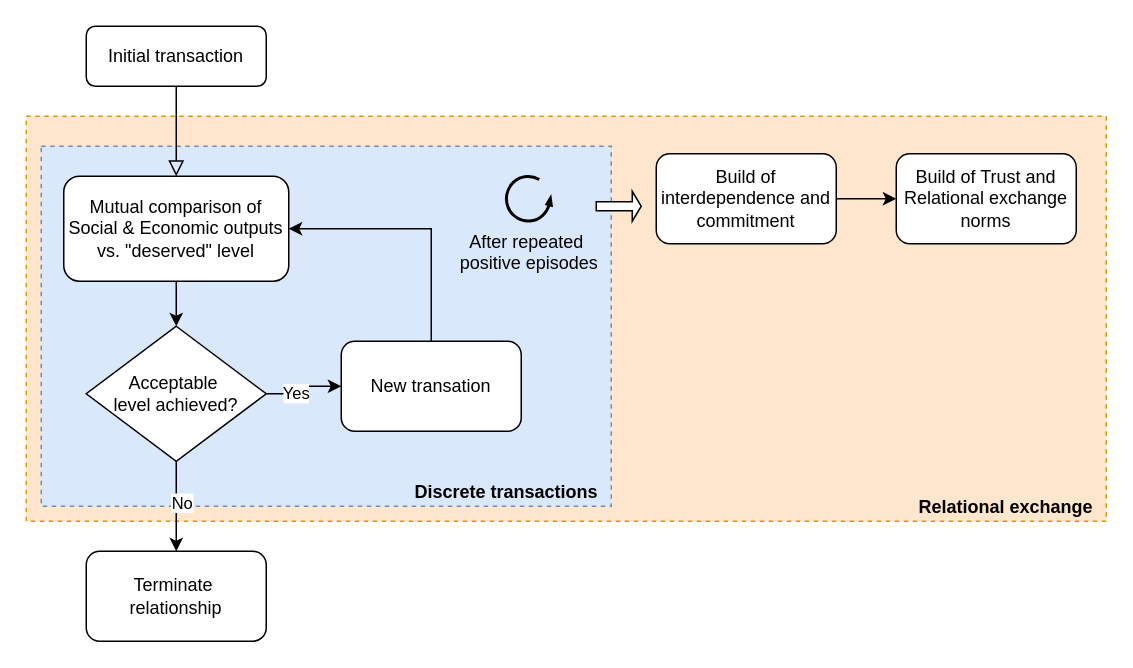
jcaballe1/hello-world keeps this draw.io diagram as set_5_3_1.drawio. Above is the earlier version. Source tidied: cells renumbered, new cells numbered last; positions are measured from the earlier drawing's top-left corner, leaving out a move shared by most shapes. Both pictures are drawn from the tidied source at 150%, with x=0, y=0 at pixel (26, 26).
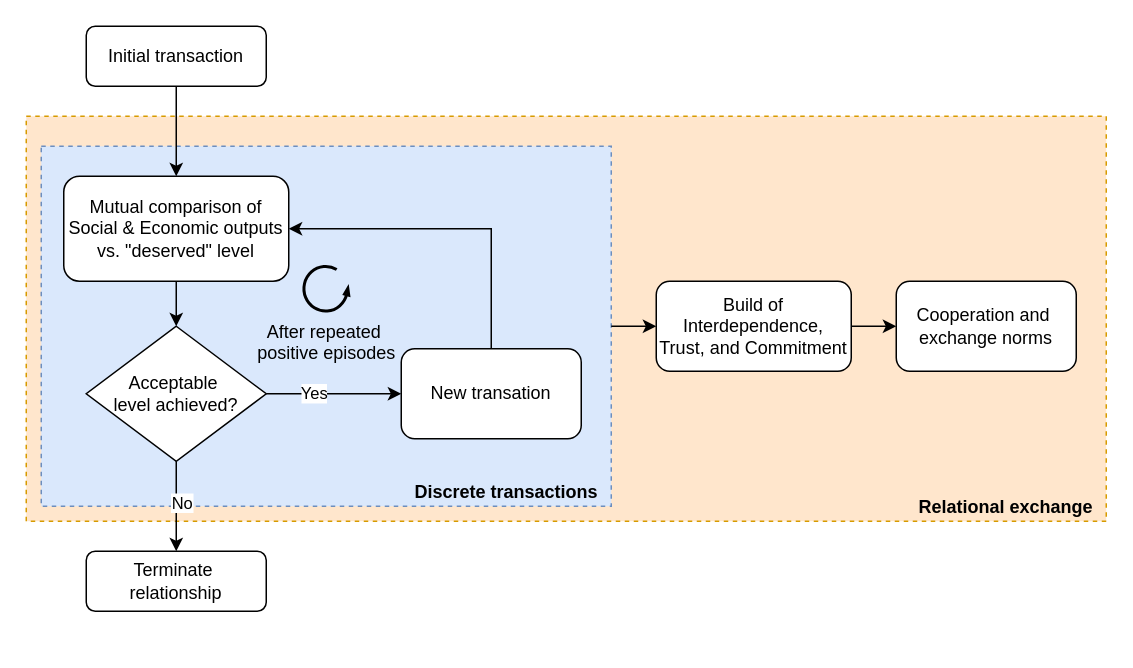
After the change.

The change refers to these unchanged cells:
```xml
<mxCell id="3" value="Discrete transactions&amp;nbsp;&amp;nbsp;" style="rounded=0;whiteSpace=wrap;html=1;fillColor=#dae8fc;dashed=1;strokeColor=#6c8ebf;align=right;verticalAlign=bottom;fontStyle=1;" parent="1" vertex="1">
  <mxGeometry x="10" y="80" width="380" height="240" as="geometry" />
</mxCell>
<mxCell id="5" value="Initial transaction" style="rounded=1;whiteSpace=wrap;html=1;fontSize=12;glass=0;strokeWidth=1;shadow=0;" parent="1" vertex="1">
  <mxGeometry x="40" width="120" height="40" as="geometry" />
</mxCell>
<mxCell id="7" value="Mutual comparison of Social &amp;amp; Economic outputs vs. &quot;deserved&quot; level" style="rounded=1;whiteSpace=wrap;html=1;" parent="1" vertex="1">
  <mxGeometry x="25" y="100" width="150" height="70" as="geometry" />
</mxCell>
```

Diff of the diagram source:
```diff
@@
-    <mxCell id="4" style="rounded=0;html=1;jettySize=auto;fontSize=11;endArrow=block;endFill=0;endSize=8;strokeWidth=1;shadow=0;labelBackgroundColor=none;edgeStyle=orthogonalEdgeStyle;entryX=0.5;entryY=0;entryDx=0;entryDy=0;" parent="1" edge="1" source="5" target="7">
-      <mxGeometry relative="1" as="geometry" />
-    </mxCell>
@@
     <mxCell id="13" value="Terminate&amp;nbsp;&lt;div&gt;relationship&lt;/div&gt;" style="rounded=1;whiteSpace=wrap;html=1;" parent="1" vertex="1">
-      <mxGeometry x="40" y="350" width="120" height="60" as="geometry" />
+      <mxGeometry x="40" y="350" width="120" height="40" as="geometry" />
     </mxCell>
@@
     <mxCell id="15" value="New transation" style="rounded=1;whiteSpace=wrap;html=1;" parent="1" vertex="1">
-      <mxGeometry x="210" y="210" width="120" height="60" as="geometry" />
+      <mxGeometry x="250" y="215" width="120" height="60" as="geometry" />
     </mxCell>
     <mxCell id="16" value="After repeated&amp;nbsp;&lt;div&gt;positive&amp;nbsp;&lt;span style=&quot;background-color: initial;&quot;&gt;episodes&lt;/span&gt;&lt;/div&gt;" style="verticalLabelPosition=bottom;html=1;verticalAlign=top;strokeWidth=2;shape=mxgraph.lean_mapping.physical_pull;" parent="1" vertex="1">
-      <mxGeometry x="320" y="100" width="30" height="30" as="geometry" />
+      <mxGeometry x="185" y="160" width="30" height="30" as="geometry" />
     </mxCell>
-    <mxCell id="17" style="edgeStyle=orthogonalEdgeStyle;rounded=0;jettySize=auto;html=1;" parent="1" edge="1" source="18" target="19">
+    <mxCell id="17" style="edgeStyle=orthogonalEdgeStyle;rounded=0;jettySize=auto;html=1;entryX=0;entryY=0.5;entryDx=0;entryDy=0;" parent="1" edge="1" source="18" target="19">
       <mxGeometry relative="1" as="geometry" />
     </mxCell>
-    <mxCell id="18" value="Build of interdependence and commitment" style="rounded=1;whiteSpace=wrap;html=1;" parent="1" vertex="1">
-      <mxGeometry x="420" y="85" width="120" height="60" as="geometry" />
+    <mxCell id="18" value="Build of Interdependence,&lt;div&gt;Trust, and Commitment&lt;/div&gt;" style="rounded=1;whiteSpace=wrap;html=1;" parent="1" vertex="1">
+      <mxGeometry x="420" y="170" width="130" height="60" as="geometry" />
     </mxCell>
-    <mxCell id="19" value="Build of Trust and Relational exchange norms" style="whiteSpace=wrap;html=1;rounded=1;" parent="1" vertex="1">
-      <mxGeometry x="580" y="85" width="120" height="60" as="geometry" />
+    <mxCell id="19" value="Cooperation and&amp;nbsp; exchange norms" style="whiteSpace=wrap;html=1;rounded=1;" parent="1" vertex="1">
+      <mxGeometry x="580" y="170" width="120" height="60" as="geometry" />
     </mxCell>
-    <mxCell id="20" style="shape=singleArrow;whiteSpace=wrap;html=1;" parent="1" vertex="1">
-      <mxGeometry x="380" y="110" width="30" height="20" as="geometry" />
-    </mxCell>
+    <mxCell id="21" style="edgeStyle=orthogonalEdgeStyle;rounded=0;jettySize=auto;html=1;entryX=0;entryY=0.5;entryDx=0;entryDy=0;exitX=1;exitY=0.5;exitDx=0;exitDy=0;" parent="1" edge="1" source="3" target="18">
+      <mxGeometry relative="1" as="geometry" />
+    </mxCell>
+    <mxCell id="22" style="edgeStyle=orthogonalEdgeStyle;rounded=0;jettySize=auto;html=1;exitX=0.5;exitY=1;exitDx=0;exitDy=0;" parent="1" edge="1" source="5">
+      <mxGeometry relative="1" as="geometry">
+        <mxPoint x="100" y="100" as="targetPoint" />
+      </mxGeometry>
+    </mxCell>
```
